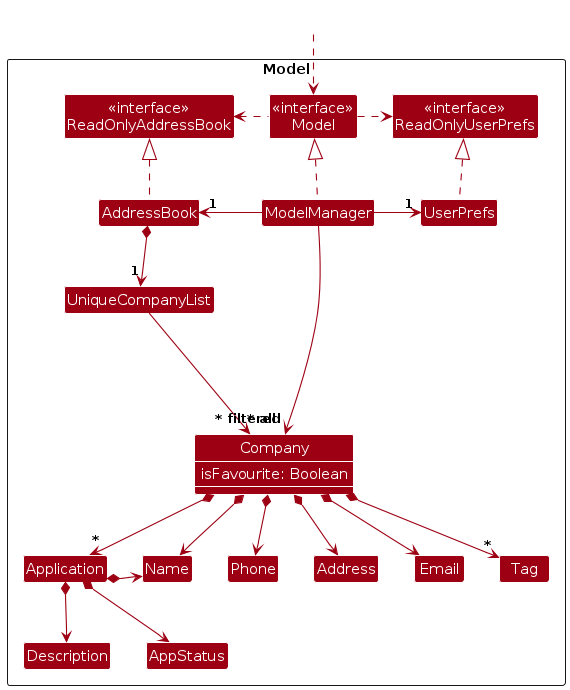
Before: diagrams/ModelClassDiagram.png, a diagram exported from PlantUML (AY2425S1-CS2103T-T09-1/tp). Its source is kept beside it as diagrams/ModelClassDiagram.puml. Source of this version:
```plantuml
@startuml
!include style.puml
skinparam arrowThickness 1.1
skinparam arrowColor MODEL_COLOR
skinparam classBackgroundColor MODEL_COLOR

Package Model as ModelPackage <<Rectangle>>{
Class "<<interface>>\nReadOnlyAddressBook" as ReadOnlyAddressBook
Class "<<interface>>\nReadOnlyUserPrefs" as ReadOnlyUserPrefs
Class "<<interface>>\nModel" as Model
Class AddressBook
Class ModelManager
Class UserPrefs

Class UniqueCompanyList
Class Company {
    isFavourite: Boolean
}
Class Address
Class Email
Class Phone
Class Tag

Class Name

Class Application
Class Description
Class AppStatus

Class I #FFFFFF
}

Class HiddenOutside #FFFFFF
show Company members
HiddenOutside ..> Model

AddressBook .up.|> ReadOnlyAddressBook

ModelManager .up.|> Model
Model .right.> ReadOnlyUserPrefs
Model .left.> ReadOnlyAddressBook
ModelManager -left-> "1" AddressBook
ModelManager -right-> "1" UserPrefs
UserPrefs .up.|> ReadOnlyUserPrefs

AddressBook *--> "1" UniqueCompanyList
UniqueCompanyList --> "~* all" Company
Company *--> Name
Company *--> Phone
Company *--> Email
Company *--> Address
Company *--> "*" Tag
Company *--> "*" Application

Application *--> Name
Application *--> Description
Application *--> AppStatus

Company -[hidden]up--> I
UniqueCompanyList -[hidden]right-> I

Application -[hidden]right-> Name
Name -[hidden]right-> Phone
Phone -[hidden]right-> Address
Address -[hidden]right-> Email

ModelManager --> "~* filtered" Company
@enduml
```
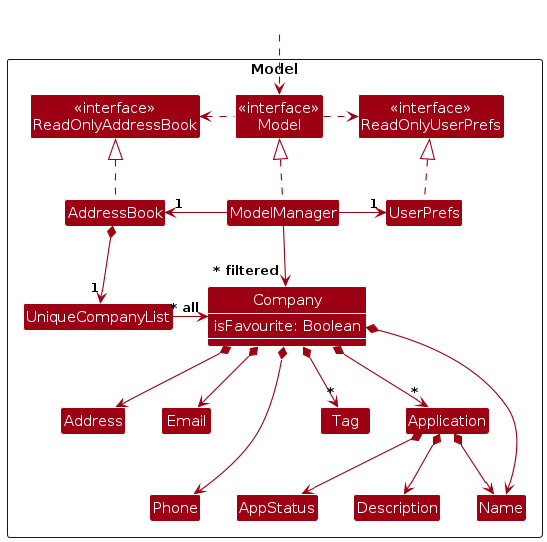
After the change.

The edit, as a diff of the source:
```diff
@@ -30,8 +30,8 @@
 Class I #FFFFFF
 }
 
+show Company members
 Class HiddenOutside #FFFFFF
-show Company members
 HiddenOutside ..> Model
 
 AddressBook .up.|> ReadOnlyAddressBook
@@ -44,13 +44,13 @@
 UserPrefs .up.|> ReadOnlyUserPrefs
 
 AddressBook *--> "1" UniqueCompanyList
-UniqueCompanyList --> "~* all" Company
+UniqueCompanyList --left> "~* all" Company
+Company *--> "*" Application
 Company *--> Name
 Company *--> Phone
 Company *--> Email
 Company *--> Address
 Company *--> "*" Tag
-Company *--> "*" Application
 
 Application *--> Name
 Application *--> Description
@@ -59,10 +59,10 @@
 Company -[hidden]up--> I
 UniqueCompanyList -[hidden]right-> I
 
-Application -[hidden]right-> Name
+Application -[hidden]right-> Phone
+Address -[hidden]right-> Email
 Name -[hidden]right-> Phone
-Phone -[hidden]right-> Address
-Address -[hidden]right-> Email
+Tag -[hidden]right-> Phone
 
 ModelManager --> "~* filtered" Company
 @enduml
```
